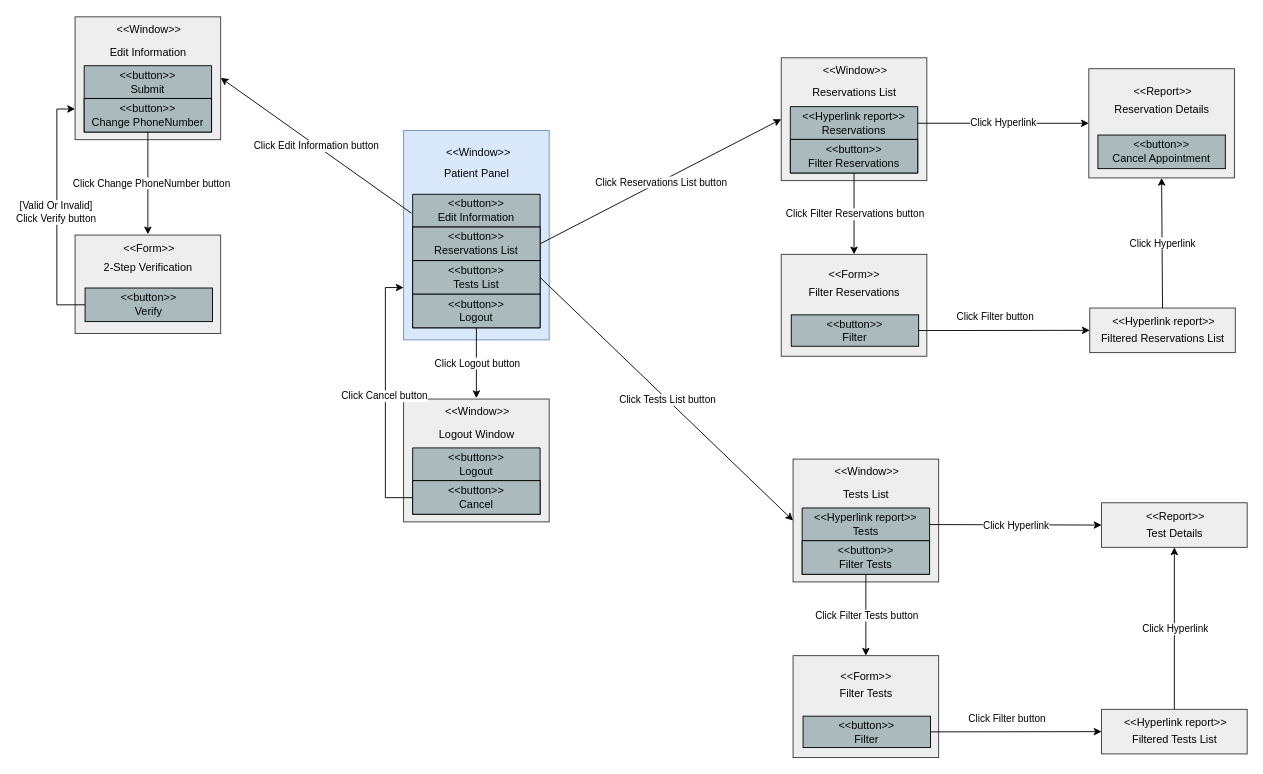
Above: page "PatientPanel" (4 of 7) of WindowsNavigationDiagram.drawio in ArashSameni/SoftwareEngineering (draw.io), before the change. Source tidied: cells renumbered, new cells numbered last; positions are measured from the earlier drawing's top-left corner, leaving out a move shared by most shapes. Both pictures are drawn from the tidied source at 91%, with x=0, y=0 at pixel (75, 15).
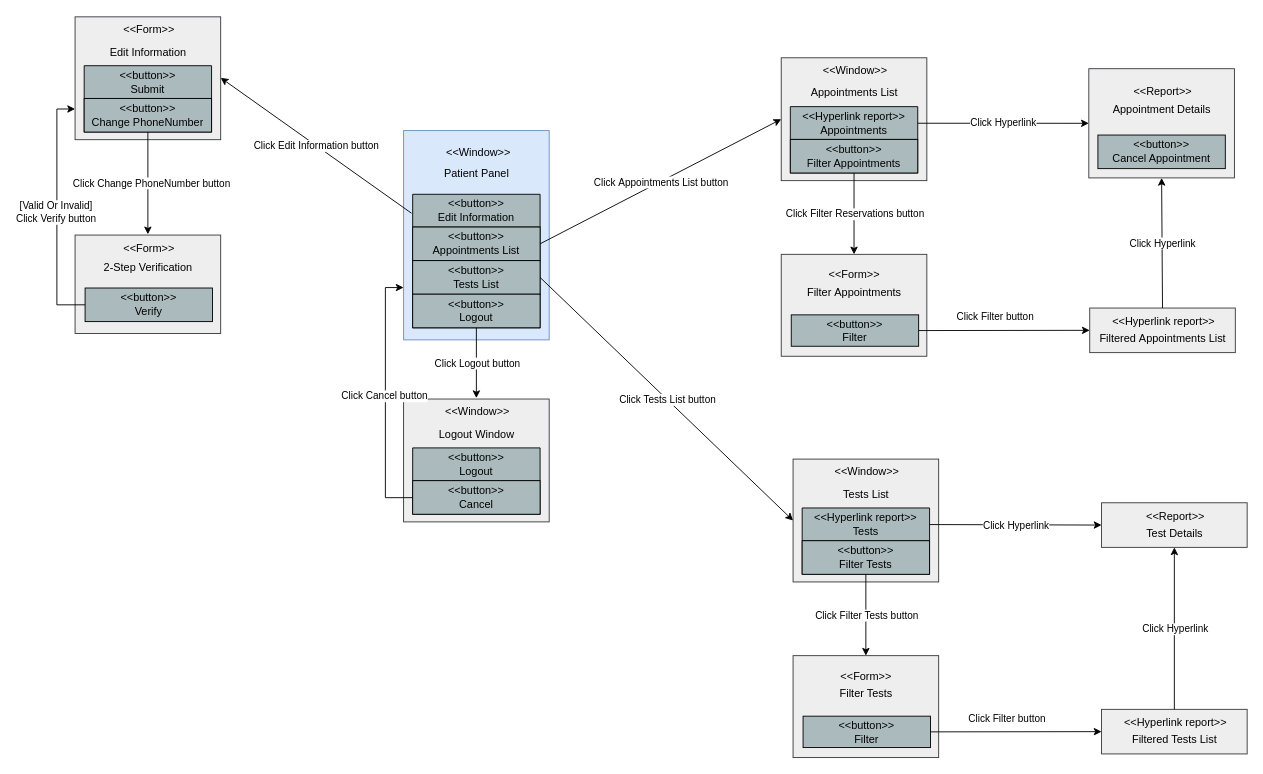
Above is the later version.

Unchanged cells that the change refers to:
```xml
<mxCell id="5" value="&amp;lt;&amp;lt;button&amp;gt;&amp;gt;&lt;br&gt;Edit Information" style="swimlane;fontStyle=0;horizontal=1;startSize=36;whiteSpace=wrap;html=1;fillColor=#ABBBBD;strokeColor=#000000;fillStyle=auto;swimlaneFillColor=none;rounded=0;shadow=0;glass=0;swimlaneLine=1;noLabel=0;absoluteArcSize=0;portConstraintRotation=0;fixDash=0;backgroundOutline=0;enumerate=0;labelBackgroundColor=none;labelBorderColor=none;swimlaneHead=1;gradientColor=none;" parent="1" vertex="1">
  <mxGeometry x="371" y="196" width="140" height="146.8" as="geometry" />
</mxCell>
<mxCell id="18" style="group;" parent="1" vertex="1">
  <mxGeometry width="160" height="136" as="geometry" />
</mxCell>
<mxCell id="26" style="group;" parent="1" vertex="1">
  <mxGeometry x="776" y="45" width="160" height="136" as="geometry" />
</mxCell>
<mxCell id="32" style="endArrow=classic;html=1;rounded=0;exitX=1;exitY=0.5;exitDx=0;exitDy=0;entryX=0;entryY=0.5;entryDx=0;entryDy=0;" parent="1" edge="1" source="6" target="27">
  <mxGeometry relative="1" as="geometry" />
</mxCell>
<mxCell id="34" style="group;" parent="1" vertex="1">
  <mxGeometry x="1114" y="58" width="160" height="120" as="geometry" />
</mxCell>
<mxCell id="51" style="group;" parent="1" vertex="1">
  <mxGeometry x="776" y="262" width="160" height="112" as="geometry" />
</mxCell>
<mxCell id="56" style="group;" parent="1" vertex="1">
  <mxGeometry x="1115" y="321" width="160" height="49" as="geometry" />
</mxCell>
```

What changed in the source:
```diff
@@
-    <mxCell id="6" value="&amp;lt;&amp;lt;button&amp;gt;&amp;gt;&lt;br&gt;Reservations List" style="text;align=center;verticalAlign=middle;spacingLeft=4;spacingRight=4;overflow=hidden;points=[[0,0.5],[1,0.5]];portConstraint=eastwest;html=1;labelBackgroundColor=none;whiteSpace=wrap;labelBorderColor=none;strokeColor=#000000;fillColor=#ABBBBD;" parent="5" vertex="1">
+    <mxCell id="6" value="&amp;lt;&amp;lt;button&amp;gt;&amp;gt;&lt;br&gt;Appointments List" style="text;align=center;verticalAlign=middle;spacingLeft=4;spacingRight=4;overflow=hidden;points=[[0,0.5],[1,0.5]];portConstraint=eastwest;html=1;labelBackgroundColor=none;whiteSpace=wrap;labelBorderColor=none;strokeColor=#000000;fillColor=#ABBBBD;" parent="5" vertex="1">
       <mxGeometry y="36" width="140" height="36.9" as="geometry" />
     </mxCell>
@@
-    <mxCell id="20" value="&amp;lt;&amp;lt;Window&amp;gt;&amp;gt;" style="text;html=1;align=center;verticalAlign=middle;strokeColor=none;fillColor=none;imageAlign=center;" parent="18" vertex="1">
-      <mxGeometry x="36" y="2" width="89" height="26" as="geometry" />
+    <mxCell id="20" value="&amp;lt;&amp;lt;Form&amp;gt;&amp;gt;" style="text;html=1;align=center;verticalAlign=middle;strokeColor=none;fillColor=none;imageAlign=center;" parent="18" vertex="1">
+      <mxGeometry x="44" y="2" width="74" height="26" as="geometry" />
     </mxCell>
@@
-    <mxCell id="29" value="Reservations List" style="text;html=1;align=center;verticalAlign=middle;strokeColor=none;fillColor=none;imageAspect=0;imageVerticalAlign=top;fixDash=0;" parent="26" vertex="1">
+    <mxCell id="29" value="Appointments List" style="text;html=1;align=center;verticalAlign=middle;strokeColor=none;fillColor=none;imageAspect=0;imageVerticalAlign=top;fixDash=0;" parent="26" vertex="1">
       <mxGeometry x="40" y="24.7" width="80" height="30" as="geometry" />
     </mxCell>
-    <mxCell id="30" value="&amp;lt;&amp;lt;Hyperlink report&amp;gt;&amp;gt;&lt;br&gt;Reservations" style="swimlane;fontStyle=0;horizontal=1;startSize=36;whiteSpace=wrap;html=1;fillColor=#ABBBBD;strokeColor=#000000;fillStyle=auto;swimlaneFillColor=none;rounded=0;shadow=0;glass=0;swimlaneLine=1;noLabel=0;absoluteArcSize=0;portConstraintRotation=0;fixDash=0;backgroundOutline=0;enumerate=0;labelBackgroundColor=none;labelBorderColor=none;swimlaneHead=1;gradientColor=none;" parent="26" vertex="1">
+    <mxCell id="30" value="&amp;lt;&amp;lt;Hyperlink report&amp;gt;&amp;gt;&lt;br&gt;Appointments" style="swimlane;fontStyle=0;horizontal=1;startSize=36;whiteSpace=wrap;html=1;fillColor=#ABBBBD;strokeColor=#000000;fillStyle=auto;swimlaneFillColor=none;rounded=0;shadow=0;glass=0;swimlaneLine=1;noLabel=0;absoluteArcSize=0;portConstraintRotation=0;fixDash=0;backgroundOutline=0;enumerate=0;labelBackgroundColor=none;labelBorderColor=none;swimlaneHead=1;gradientColor=none;" parent="26" vertex="1">
       <mxGeometry x="10" y="54.7" width="140" height="72.9" as="geometry" />
     </mxCell>
-    <mxCell id="31" value="&amp;lt;&amp;lt;button&amp;gt;&amp;gt;&lt;br&gt;Filter Reservations" style="text;align=center;verticalAlign=middle;spacingLeft=4;spacingRight=4;overflow=hidden;html=1;labelBackgroundColor=none;whiteSpace=wrap;labelBorderColor=none;strokeColor=#000000;fillColor=#ABBBBD;" parent="30" vertex="1">
+    <mxCell id="31" value="&amp;lt;&amp;lt;button&amp;gt;&amp;gt;&lt;br&gt;Filter Appointments" style="text;align=center;verticalAlign=middle;spacingLeft=4;spacingRight=4;overflow=hidden;html=1;labelBackgroundColor=none;whiteSpace=wrap;labelBorderColor=none;strokeColor=#000000;fillColor=#ABBBBD;" parent="30" vertex="1">
       <mxGeometry y="36" width="140" height="36.9" as="geometry" />
     </mxCell>
@@
-    <mxCell id="33" value="Click Reservations List button" style="edgeLabel;html=1;align=center;verticalAlign=middle;" parent="32" vertex="1">
+    <mxCell id="33" value="Click&amp;nbsp;Appointments List&amp;nbsp;button" style="edgeLabel;html=1;align=center;verticalAlign=middle;" parent="32" vertex="1">
       <mxGeometry relative="1" as="geometry" />
     </mxCell>
@@
-    <mxCell id="37" value="Reservation Details" style="text;html=1;align=center;verticalAlign=middle;strokeColor=none;fillColor=none;imageAspect=0;imageVerticalAlign=top;fixDash=0;" parent="34" vertex="1">
+    <mxCell id="37" value="Appointment Details" style="text;html=1;align=center;verticalAlign=middle;strokeColor=none;fillColor=none;imageAspect=0;imageVerticalAlign=top;fixDash=0;" parent="34" vertex="1">
       <mxGeometry x="40" y="30" width="80" height="30" as="geometry" />
     </mxCell>
@@
-    <mxCell id="54" value="Filter Reservations" style="text;html=1;align=center;verticalAlign=middle;strokeColor=none;fillColor=none;imageAspect=0;imageVerticalAlign=top;fixDash=0;" parent="51" vertex="1">
+    <mxCell id="54" value="Filter&amp;nbsp;Appointments" style="text;html=1;align=center;verticalAlign=middle;strokeColor=none;fillColor=none;imageAspect=0;imageVerticalAlign=top;fixDash=0;" parent="51" vertex="1">
       <mxGeometry x="40" y="28" width="80" height="28" as="geometry" />
     </mxCell>
@@
-    <mxCell id="59" value="Filtered Reservations List" style="text;html=1;align=center;verticalAlign=middle;strokeColor=none;fillColor=none;imageAspect=0;imageVerticalAlign=top;fixDash=0;" parent="56" vertex="1">
+    <mxCell id="59" value="Filtered&amp;nbsp;Appointments&amp;nbsp;List" style="text;html=1;align=center;verticalAlign=middle;strokeColor=none;fillColor=none;imageAspect=0;imageVerticalAlign=top;fixDash=0;" parent="56" vertex="1">
       <mxGeometry x="40" y="28.1" width="80" height="12.2" as="geometry" />
     </mxCell>
```
